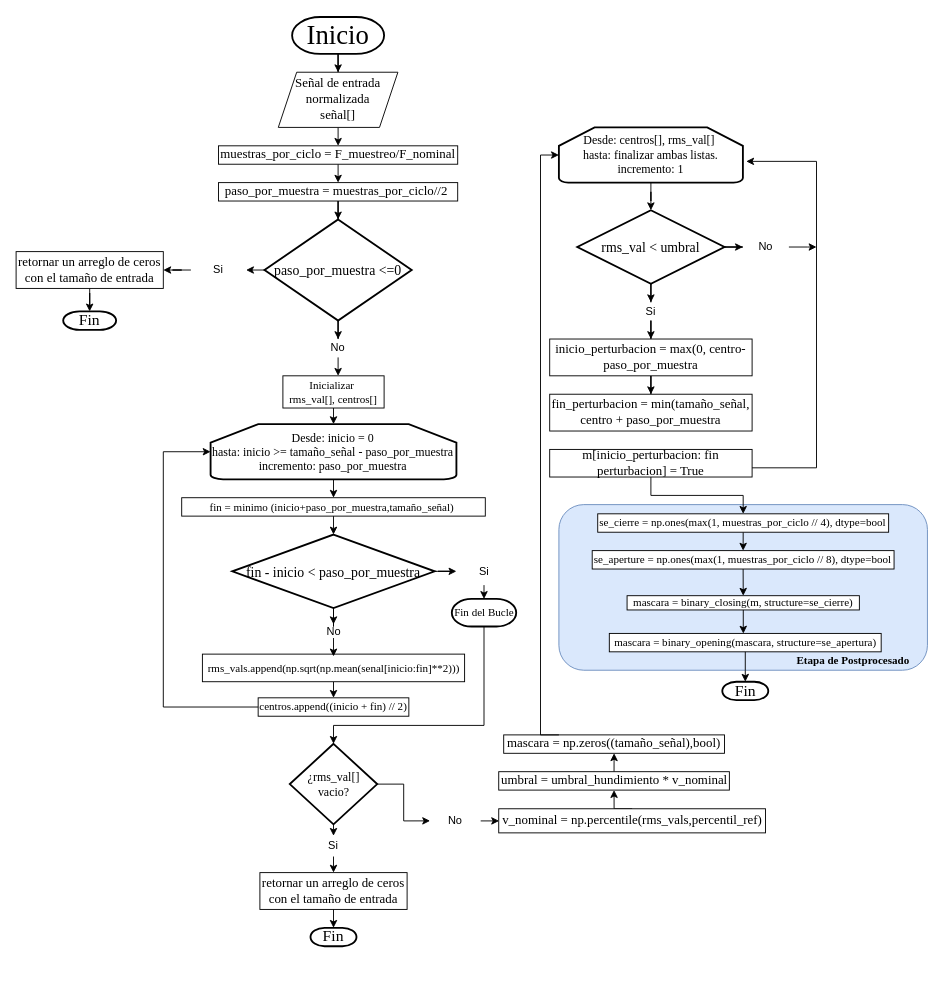
SGOLDYT/Power-Quality keeps this draw.io diagram as Diagramas_Flujo/Diagrama_Flujo_RMS.drawio. Above is the earlier version. Source tidied: cells renumbered, new cells numbered last; positions are measured from the earlier drawing's top-left corner, leaving out a move shared by most shapes. Both pictures are drawn from the tidied source at 92%, with x=0, y=0 at pixel (16, 17).
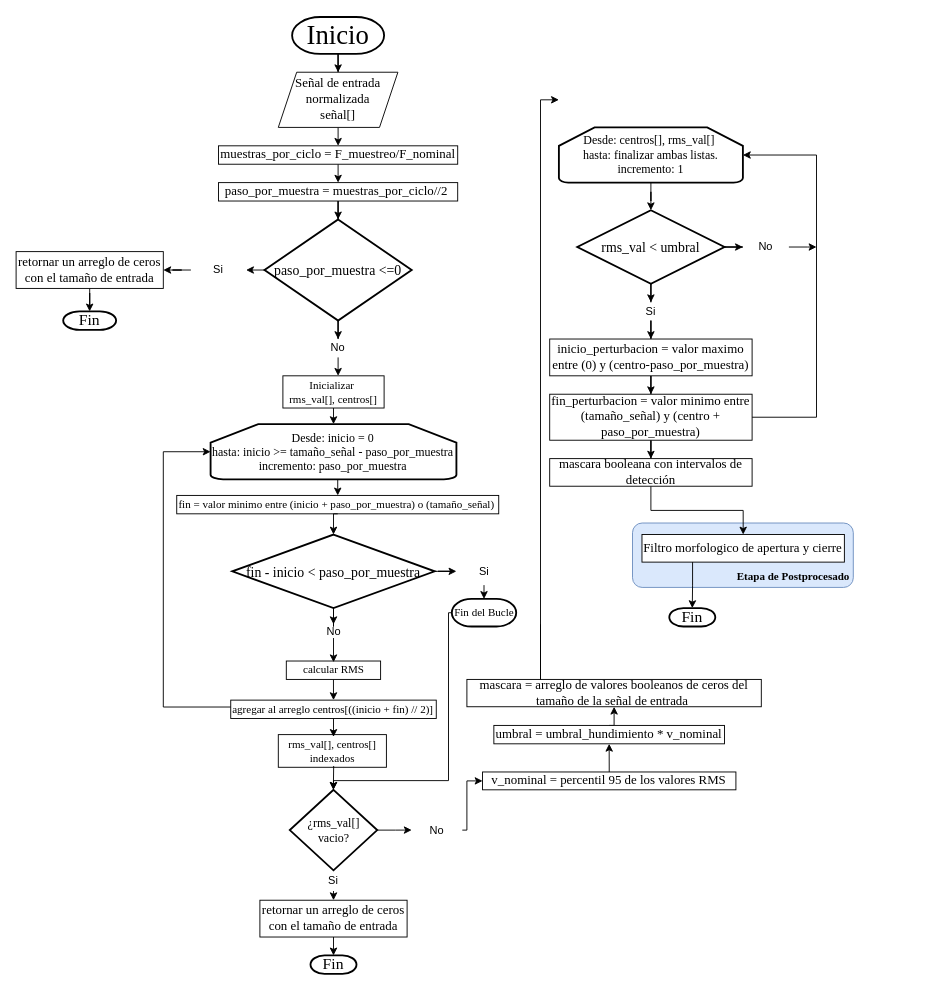
Above is the later version.

The change refers to these unchanged cells:
```xml
<mxCell id="29" value="&lt;font face=&quot;Times New Roman&quot;&gt;Fin del Bucle&lt;/font&gt;" style="strokeWidth=2;html=1;shape=mxgraph.flowchart.terminator;whiteSpace=wrap;" parent="1" vertex="1">
  <mxGeometry x="473.6" y="632.5" width="70" height="30" as="geometry" />
</mxCell>
<mxCell id="52" value="&lt;font style=&quot;font-size: 13px;&quot; face=&quot;Times New Roman&quot;&gt;Desde: centros[], rms_val[]&amp;nbsp;&lt;/font&gt;&lt;div&gt;&lt;font style=&quot;font-size: 13px;&quot; face=&quot;Times New Roman&quot;&gt;hasta: finalizar ambas listas.&lt;/font&gt;&lt;/div&gt;&lt;div&gt;&lt;font style=&quot;font-size: 13px;&quot; face=&quot;Times New Roman&quot;&gt;incremento: 1&lt;/font&gt;&lt;/div&gt;" style="strokeWidth=2;html=1;shape=mxgraph.flowchart.loop_limit;whiteSpace=wrap;" parent="1" vertex="1">
  <mxGeometry x="590" y="120" width="200" height="60" as="geometry" />
</mxCell>
```

Diff of the diagram source:
```diff
@@
     <mxCell id="2" style="rounded=1;whiteSpace=wrap;html=1;fillColor=#dae8fc;strokeColor=#6c8ebf;" parent="1" vertex="1">
-      <mxGeometry x="590" y="530" width="400.6" height="180" as="geometry" />
+      <mxGeometry x="670" y="550" width="240" height="70" as="geometry" />
     </mxCell>
@@
-    <mxCell id="22" value="&lt;font style=&quot;font-size: 13px;&quot; face=&quot;Times New Roman&quot;&gt;Desde: inicio = 0&lt;/font&gt;&lt;div&gt;&lt;font style=&quot;font-size: 13px;&quot; face=&quot;Times New Roman&quot;&gt;hasta: inicio &amp;gt;= tamaño_señal - paso_por_muestra&lt;/font&gt;&lt;/div&gt;&lt;div&gt;&lt;font style=&quot;font-size: 13px;&quot; face=&quot;Times New Roman&quot;&gt;incremento: paso_por_muestra&lt;/font&gt;&lt;/div&gt;" style="strokeWidth=2;html=1;shape=mxgraph.flowchart.loop_limit;whiteSpace=wrap;" parent="1" vertex="1">
+    <mxCell id="22" value="&lt;font face=&quot;Times New Roman&quot; style=&quot;font-size: 13px;&quot;&gt;Desde: inicio = 0&lt;/font&gt;&lt;div&gt;&lt;font face=&quot;Times New Roman&quot; style=&quot;font-size: 13px;&quot;&gt;hasta: inicio &amp;gt;= tamaño_señal - &lt;/font&gt;&lt;font face=&quot;Times New Roman&quot; style=&quot;font-size: 13px;&quot;&gt;paso_por_muestra&lt;/font&gt;&lt;/div&gt;&lt;div&gt;&lt;font face=&quot;Times New Roman&quot; style=&quot;font-size: 13px;&quot;&gt;incremento: paso_por_muestra&lt;/font&gt;&lt;/div&gt;" style="strokeWidth=2;html=1;shape=mxgraph.flowchart.loop_limit;whiteSpace=wrap;" parent="1" vertex="1">
       <mxGeometry x="211.4" y="442.5" width="267.2" height="60" as="geometry" />
     </mxCell>
@@
-    <mxCell id="24" value="&lt;font face=&quot;Times New Roman&quot;&gt;fin = minimo (inicio+paso_por_muestra,tamaño_señal)&amp;nbsp;&lt;/font&gt;" style="rounded=0;whiteSpace=wrap;html=1;" parent="1" vertex="1">
-      <mxGeometry x="180" y="522.5" width="330" height="20" as="geometry" />
+    <mxCell id="24" value="&lt;font face=&quot;Times New Roman&quot;&gt;fin = valor minimo entre (inicio + paso_por_muestra)&lt;/font&gt;&lt;span style=&quot;font-family: &amp;quot;Times New Roman&amp;quot;; background-color: transparent; color: light-dark(rgb(0, 0, 0), rgb(255, 255, 255));&quot;&gt;&amp;nbsp;o (tamaño_señal)&amp;nbsp;&lt;/span&gt;" style="rounded=0;whiteSpace=wrap;html=1;" parent="1" vertex="1">
+      <mxGeometry x="174.6" y="520" width="350" height="20" as="geometry" />
     </mxCell>
@@
+    <mxCell id="50" style="edgeStyle=orthogonalEdgeStyle;rounded=0;jettySize=auto;html=1;entryX=0.5;entryY=0;entryDx=0;entryDy=0;entryPerimeter=0;" parent="1" edge="1" source="29" target="37">
+      <mxGeometry relative="1" as="geometry">
+        <Array as="points">
+          <mxPoint x="470" y="648" />
+          <mxPoint x="470" y="830" />
+        </Array>
+      </mxGeometry>
+    </mxCell>
@@
-    <mxCell id="33" value="&lt;font face=&quot;Times New Roman&quot;&gt;rms_vals.append(np.sqrt(np.mean(senal[inicio:fin]**2)))&lt;/font&gt;" style="rounded=0;whiteSpace=wrap;html=1;" parent="1" vertex="1">
-      <mxGeometry x="202.5" y="692.5" width="285" height="30" as="geometry" />
+    <mxCell id="33" value="&lt;font face=&quot;Times New Roman&quot;&gt;calcular RMS&lt;/font&gt;" style="rounded=0;whiteSpace=wrap;html=1;" parent="1" vertex="1">
+      <mxGeometry x="293.7" y="700" width="102.5" height="20" as="geometry" />
     </mxCell>
-    <mxCell id="34" value="&lt;font face=&quot;Times New Roman&quot;&gt;centros.append((inicio + fin) // 2)&lt;/font&gt;" style="rounded=0;whiteSpace=wrap;html=1;" parent="1" vertex="1">
-      <mxGeometry x="263.1" y="740" width="163.8" height="20" as="geometry" />
+    <mxCell id="34" value="&lt;font face=&quot;Times New Roman&quot;&gt;agregar al arreglo centros[&lt;/font&gt;&lt;span style=&quot;font-family: &amp;quot;Times New Roman&amp;quot;;&quot;&gt;((inicio + fin) // 2)&lt;/span&gt;&lt;font face=&quot;Times New Roman&quot;&gt;]&lt;/font&gt;" style="rounded=0;whiteSpace=wrap;html=1;" parent="1" vertex="1">
+      <mxGeometry x="233.3" y="742.5" width="223.4" height="20" as="geometry" />
     </mxCell>
@@
     <mxCell id="37" value="&lt;font style=&quot;font-size: 13px;&quot; face=&quot;Times New Roman&quot;&gt;¿rms_val[] vacio?&lt;/font&gt;" style="strokeWidth=2;html=1;shape=mxgraph.flowchart.decision;whiteSpace=wrap;" parent="1" vertex="1">
-      <mxGeometry x="297.5" y="790" width="95" height="87.5" as="geometry" />
+      <mxGeometry x="297.5" y="840" width="95" height="87.5" as="geometry" />
     </mxCell>
     <mxCell id="38" value="&lt;font style=&quot;font-size: 14px;&quot; face=&quot;Times New Roman&quot;&gt;retornar un arreglo de ceros con el tamaño de entrada&lt;/font&gt;" style="rounded=0;whiteSpace=wrap;html=1;" parent="1" vertex="1">
-      <mxGeometry x="265" y="930" width="160" height="40" as="geometry" />
+      <mxGeometry x="265" y="960" width="160" height="40" as="geometry" />
     </mxCell>
@@
     <mxCell id="40" value="Si" style="text;html=1;align=center;verticalAlign=middle;whiteSpace=wrap;rounded=0;" parent="1" vertex="1">
-      <mxGeometry x="315" y="890" width="60" height="22.5" as="geometry" />
+      <mxGeometry x="315" y="927.5" width="60" height="22.5" as="geometry" />
     </mxCell>
     <mxCell id="41" value="&lt;font style=&quot;font-size: 17px;&quot; face=&quot;Times New Roman&quot;&gt;Fin&lt;/font&gt;" style="strokeWidth=2;html=1;shape=mxgraph.flowchart.terminator;whiteSpace=wrap;" parent="1" vertex="1">
-      <mxGeometry x="320" y="990" width="50" height="20" as="geometry" />
+      <mxGeometry x="320" y="1020" width="50" height="20" as="geometry" />
     </mxCell>
@@
     <mxCell id="43" style="edgeStyle=orthogonalEdgeStyle;rounded=0;jettySize=auto;html=1;entryX=0;entryY=0.5;entryDx=0;entryDy=0;" parent="1" edge="1" source="44" target="46">
-      <mxGeometry relative="1" as="geometry" />
+      <mxGeometry relative="1" as="geometry">
+        <Array as="points">
+          <mxPoint x="490" y="884" />
+          <mxPoint x="490" y="830" />
+        </Array>
+      </mxGeometry>
     </mxCell>
     <mxCell id="44" value="No" style="text;html=1;align=center;verticalAlign=middle;whiteSpace=wrap;rounded=0;" parent="1" vertex="1">
-      <mxGeometry x="450" y="870" width="55" height="7.5" as="geometry" />
+      <mxGeometry x="430" y="880" width="55" height="7.5" as="geometry" />
     </mxCell>
@@
-    <mxCell id="46" value="&lt;font style=&quot;font-size: 14px;&quot; face=&quot;Times New Roman&quot;&gt;v_nominal = np.percentile(rms_vals,percentil_ref)&lt;/font&gt;" style="rounded=0;whiteSpace=wrap;html=1;" parent="1" vertex="1">
-      <mxGeometry x="524.6" y="860.6" width="290" height="26.2" as="geometry" />
+    <mxCell id="46" value="&lt;font style=&quot;font-size: 14px;&quot; face=&quot;Times New Roman&quot;&gt;v_nominal = percentil 95 de los valores RMS&lt;/font&gt;" style="rounded=0;whiteSpace=wrap;html=1;" parent="1" vertex="1">
+      <mxGeometry x="507" y="820.6" width="275.4" height="19.4" as="geometry" />
     </mxCell>
@@
     <mxCell id="48" value="&lt;font style=&quot;font-size: 14px;&quot; face=&quot;Times New Roman&quot;&gt;umbral = umbral_hundimiento&lt;/font&gt;&lt;span style=&quot;font-size: 14px; font-family: &amp;quot;Times New Roman&amp;quot;; background-color: transparent; color: light-dark(rgb(0, 0, 0), rgb(255, 255, 255));&quot;&gt;&amp;nbsp;* v_nominal&lt;/span&gt;" style="rounded=0;whiteSpace=wrap;html=1;" parent="1" vertex="1">
-      <mxGeometry x="524.6" y="820.3" width="250.7" height="20" as="geometry" />
+      <mxGeometry x="519.3" y="770" width="250.7" height="20" as="geometry" />
     </mxCell>
-    <mxCell id="49" value="&lt;font style=&quot;font-size: 14px;&quot; face=&quot;Times New Roman&quot;&gt;mascara = np.zeros((tamaño_señal),bool)&lt;/font&gt;" style="rounded=0;whiteSpace=wrap;html=1;" parent="1" vertex="1">
-      <mxGeometry x="530" y="780.3" width="240" height="20" as="geometry" />
+    <mxCell id="49" value="&lt;font style=&quot;font-size: 14px;&quot; face=&quot;Times New Roman&quot;&gt;mascara = arreglo de valores booleanos de ceros del tamaño de la señal de entrada&amp;nbsp;&lt;/font&gt;" style="rounded=0;whiteSpace=wrap;html=1;" parent="1" vertex="1">
+      <mxGeometry x="490" y="720" width="320" height="29.7" as="geometry" />
     </mxCell>
-    <mxCell id="50" style="edgeStyle=orthogonalEdgeStyle;rounded=0;jettySize=auto;html=1;entryX=0.5;entryY=0;entryDx=0;entryDy=0;entryPerimeter=0;" parent="1" edge="1" source="29" target="37">
-      <mxGeometry relative="1" as="geometry">
-        <Array as="points">
-          <mxPoint x="509" y="770" />
-          <mxPoint x="345" y="770" />
-        </Array>
-      </mxGeometry>
-    </mxCell>
@@
-    <mxCell id="57" value="&lt;font style=&quot;font-size: 14px;&quot; face=&quot;Times New Roman&quot;&gt;inicio_perturbacion = max(0, centro-paso_por_muestra&lt;/font&gt;" style="rounded=0;whiteSpace=wrap;html=1;" parent="1" vertex="1">
+    <mxCell id="57" value="&lt;font style=&quot;font-size: 14px;&quot; face=&quot;Times New Roman&quot;&gt;inicio_perturbacion = valor maximo entre (0) y (centro-paso_por_muestra)&lt;/font&gt;" style="rounded=0;whiteSpace=wrap;html=1;" parent="1" vertex="1">
       <mxGeometry x="580" y="350" width="220" height="40" as="geometry" />
     </mxCell>
@@
+    <mxCell id="81" style="edgeStyle=orthogonalEdgeStyle;rounded=0;jettySize=auto;html=1;entryX=0.5;entryY=0;entryDx=0;entryDy=0;" parent="1" edge="1" source="61" target="63">
+      <mxGeometry relative="1" as="geometry" />
+    </mxCell>
-    <mxCell id="61" value="&lt;font style=&quot;font-size: 14px;&quot; face=&quot;Times New Roman&quot;&gt;fin_perturbacion = min(tamaño_señal, centro + paso_por_muestra&lt;/font&gt;" style="rounded=0;whiteSpace=wrap;html=1;" parent="1" vertex="1">
-      <mxGeometry x="580" y="410" width="220" height="40" as="geometry" />
+    <mxCell id="61" value="&lt;font style=&quot;font-size: 14px;&quot; face=&quot;Times New Roman&quot;&gt;fin_perturbacion = valor minimo entre (tamaño_señal) y (centro + paso_por_muestra)&lt;/font&gt;" style="rounded=0;whiteSpace=wrap;html=1;" parent="1" vertex="1">
+      <mxGeometry x="580" y="410" width="220" height="50" as="geometry" />
     </mxCell>
-    <mxCell id="62" style="edgeStyle=orthogonalEdgeStyle;rounded=0;jettySize=auto;html=1;" parent="1" edge="1" source="63" target="71">
-      <mxGeometry relative="1" as="geometry" />
-    </mxCell>
+    <mxCell id="82" style="edgeStyle=orthogonalEdgeStyle;rounded=0;jettySize=auto;html=1;" parent="1" edge="1" source="63" target="83">
+      <mxGeometry relative="1" as="geometry" />
+    </mxCell>
-    <mxCell id="63" value="&lt;font style=&quot;font-size: 14px;&quot; face=&quot;Times New Roman&quot;&gt;m[inicio_perturbacion: fin perturbacion] = True&lt;/font&gt;" style="rounded=0;whiteSpace=wrap;html=1;" parent="1" vertex="1">
-      <mxGeometry x="580" y="470" width="220" height="30" as="geometry" />
+    <mxCell id="63" value="&lt;font face=&quot;Times New Roman&quot;&gt;&lt;span style=&quot;font-size: 14px;&quot;&gt;mascara booleana con intervalos de detección&lt;/span&gt;&lt;/font&gt;" style="rounded=0;whiteSpace=wrap;html=1;" parent="1" vertex="1">
+      <mxGeometry x="580" y="480" width="220" height="30" as="geometry" />
     </mxCell>
-    <mxCell id="64" style="edgeStyle=orthogonalEdgeStyle;rounded=0;jettySize=auto;html=1;entryX=1.018;entryY=0.615;entryDx=0;entryDy=0;entryPerimeter=0;" parent="1" edge="1" source="63" target="52">
-      <mxGeometry relative="1" as="geometry">
-        <Array as="points">
-          <mxPoint x="870" y="490" />
-          <mxPoint x="870" y="157" />
-        </Array>
-      </mxGeometry>
-    </mxCell>
@@
-    <mxCell id="70" style="edgeStyle=orthogonalEdgeStyle;rounded=0;jettySize=auto;html=1;exitX=0.5;exitY=1;exitDx=0;exitDy=0;entryX=0.5;entryY=0;entryDx=0;entryDy=0;" parent="1" edge="1" source="71" target="73">
-      <mxGeometry relative="1" as="geometry" />
-    </mxCell>
-    <mxCell id="71" value="&lt;font face=&quot;Times New Roman&quot;&gt;se_cierre = np.ones(max(1, muestras_por_ciclo // 4), dtype=bool&lt;/font&gt;" style="rounded=0;whiteSpace=wrap;html=1;" parent="1" vertex="1">
-      <mxGeometry x="632.2" y="540" width="316.2" height="20" as="geometry" />
-    </mxCell>
-    <mxCell id="72" style="edgeStyle=orthogonalEdgeStyle;rounded=0;jettySize=auto;html=1;exitX=0.5;exitY=1;exitDx=0;exitDy=0;entryX=0.5;entryY=0;entryDx=0;entryDy=0;" parent="1" edge="1" source="73" target="74">
-      <mxGeometry relative="1" as="geometry" />
-    </mxCell>
-    <mxCell id="73" value="&lt;font face=&quot;Times New Roman&quot;&gt;se_aperture = np.ones(max(1, muestras_por_ciclo // 8), dtype=bool&lt;/font&gt;" style="rounded=0;whiteSpace=wrap;html=1;" parent="1" vertex="1">
-      <mxGeometry x="626.2" y="580" width="328.1" height="20" as="geometry" />
-    </mxCell>
-    <mxCell id="74" value="&lt;font face=&quot;Times New Roman&quot;&gt;mascara = binary_closing(m, structure=se_cierre)&lt;/font&gt;" style="rounded=0;whiteSpace=wrap;html=1;" parent="1" vertex="1">
-      <mxGeometry x="664.1" y="629" width="252.5" height="15.5" as="geometry" />
-    </mxCell>
-    <mxCell id="75" value="&lt;font face=&quot;Times New Roman&quot;&gt;mascara = binary_opening(mascara, structure=se_apertura)&lt;/font&gt;" style="rounded=0;whiteSpace=wrap;html=1;" parent="1" vertex="1">
-      <mxGeometry x="644.8" y="670" width="295.5" height="20" as="geometry" />
-    </mxCell>
     <mxCell id="76" value="&lt;font face=&quot;Times New Roman&quot;&gt;&lt;b&gt;Etapa de Postprocesado&lt;/b&gt;&lt;/font&gt;" style="text;html=1;align=center;verticalAlign=middle;whiteSpace=wrap;rounded=0;" parent="1" vertex="1">
-      <mxGeometry x="840" y="690" width="140" height="20" as="geometry" />
+      <mxGeometry x="775.4" y="597.5" width="140" height="20" as="geometry" />
     </mxCell>
     <mxCell id="77" value="&lt;font style=&quot;font-size: 17px;&quot; face=&quot;Times New Roman&quot;&gt;Fin&lt;/font&gt;" style="strokeWidth=2;html=1;shape=mxgraph.flowchart.terminator;whiteSpace=wrap;" parent="1" vertex="1">
-      <mxGeometry x="767.6" y="722.5" width="50" height="20" as="geometry" />
+      <mxGeometry x="710" y="642.5" width="50" height="20" as="geometry" />
     </mxCell>
-    <mxCell id="78" style="edgeStyle=orthogonalEdgeStyle;rounded=0;jettySize=auto;html=1;entryX=0.493;entryY=0.01;entryDx=0;entryDy=0;entryPerimeter=0;" parent="1" edge="1" source="74" target="75">
-      <mxGeometry relative="1" as="geometry" />
-    </mxCell>
-    <mxCell id="79" style="edgeStyle=orthogonalEdgeStyle;rounded=0;jettySize=auto;html=1;entryX=0.5;entryY=0;entryDx=0;entryDy=0;entryPerimeter=0;" parent="1" edge="1" source="75" target="77">
-      <mxGeometry relative="1" as="geometry" />
-    </mxCell>
-    <mxCell id="80" style="edgeStyle=orthogonalEdgeStyle;rounded=0;jettySize=auto;html=1;exitX=0.25;exitY=0;exitDx=0;exitDy=0;entryX=0;entryY=0.5;entryDx=0;entryDy=0;entryPerimeter=0;" parent="1" edge="1" source="49" target="52">
+    <mxCell id="80" style="edgeStyle=orthogonalEdgeStyle;rounded=0;orthogonalLoop=1;jettySize=auto;html=1;exitX=0.25;exitY=0;exitDx=0;exitDy=0;entryX=0;entryY=0.5;entryDx=0;entryDy=0;entryPerimeter=0;" parent="1" edge="1">
       <mxGeometry relative="1" as="geometry">
+        <mxPoint x="570" y="660" as="sourcePoint" />
+        <mxPoint x="590" y="90" as="targetPoint" />
         <Array as="points">
-          <mxPoint x="570" y="780" />
-          <mxPoint x="570" y="150" />
+          <mxPoint x="570" y="720" />
+          <mxPoint x="570" y="90" />
         </Array>
       </mxGeometry>
     </mxCell>
+    <mxCell id="83" value="&lt;font style=&quot;font-size: 14px;&quot; face=&quot;Times New Roman&quot;&gt;Filtro morfologico de apertura y cierre&lt;/font&gt;" style="rounded=0;whiteSpace=wrap;html=1;" parent="1" vertex="1">
+      <mxGeometry x="680.3" y="562.5" width="220" height="30" as="geometry" />
+    </mxCell>
+    <mxCell id="84" style="edgeStyle=orthogonalEdgeStyle;rounded=0;orthogonalLoop=1;jettySize=auto;html=1;exitX=0.5;exitY=1;exitDx=0;exitDy=0;exitPerimeter=0;" parent="1" edge="1" source="77" target="77">
+      <mxGeometry relative="1" as="geometry" />
+    </mxCell>
+    <mxCell id="85" style="edgeStyle=orthogonalEdgeStyle;rounded=0;jettySize=auto;html=1;exitX=0.25;exitY=1;exitDx=0;exitDy=0;entryX=0.5;entryY=0;entryDx=0;entryDy=0;entryPerimeter=0;" parent="1" edge="1" source="83" target="77">
+      <mxGeometry relative="1" as="geometry" />
+    </mxCell>
+    <mxCell id="86" style="edgeStyle=orthogonalEdgeStyle;rounded=0;jettySize=auto;html=1;entryX=1;entryY=0.5;entryDx=0;entryDy=0;entryPerimeter=0;" parent="1" edge="1" source="61" target="52">
+      <mxGeometry relative="1" as="geometry">
+        <Array as="points">
+          <mxPoint x="870" y="435" />
+          <mxPoint x="870" y="150" />
+        </Array>
+      </mxGeometry>
+    </mxCell>
+    <mxCell id="87" value="&lt;span style=&quot;font-family: &amp;quot;Times New Roman&amp;quot;;&quot;&gt;rms_val[], centros[] indexados&lt;/span&gt;" style="rounded=0;whiteSpace=wrap;html=1;" parent="1" vertex="1">
+      <mxGeometry x="285" y="780" width="117.5" height="35.5" as="geometry" />
+    </mxCell>
+    <mxCell id="88" style="edgeStyle=orthogonalEdgeStyle;rounded=0;jettySize=auto;html=1;entryX=0.516;entryY=0.083;entryDx=0;entryDy=0;entryPerimeter=0;" parent="1" edge="1" source="34" target="87">
+      <mxGeometry relative="1" as="geometry" />
+    </mxCell>
+    <mxCell id="89" style="edgeStyle=orthogonalEdgeStyle;rounded=0;orthogonalLoop=1;jettySize=auto;html=1;entryX=0.483;entryY=0.016;entryDx=0;entryDy=0;entryPerimeter=0;" parent="1" edge="1">
+      <mxGeometry relative="1" as="geometry">
+        <mxPoint x="345.2" y="814.1" as="sourcePoint" />
+        <mxPoint x="344.8" y="840" as="targetPoint" />
+      </mxGeometry>
+    </mxCell>
```
